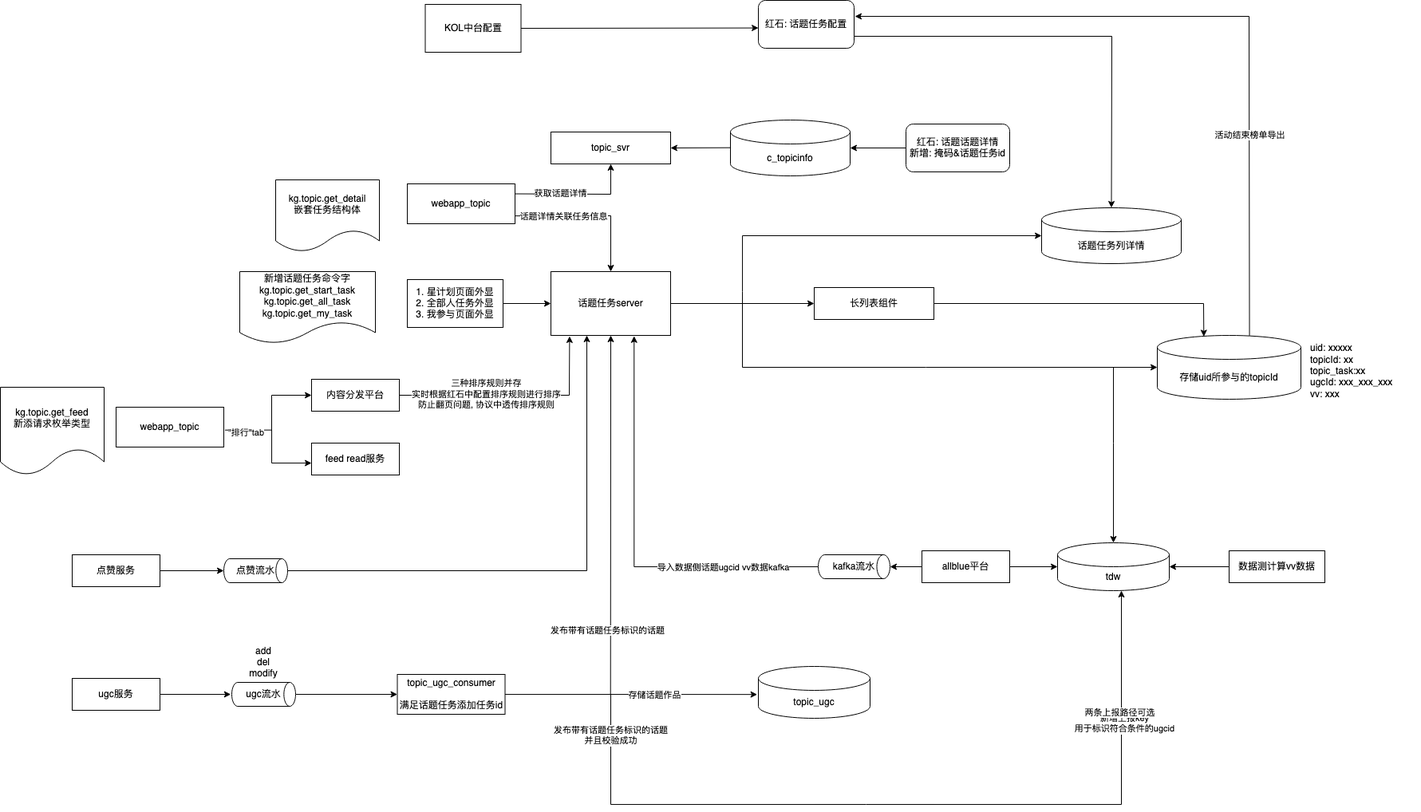
This is 话题任务.png from wu0hgl/note_pic, a draw.io export, as it was before one commit. Source tidied: cells renumbered, new cells last; positions are measured from the earlier drawing's top-left corner, leaving out a move shared by most shapes.
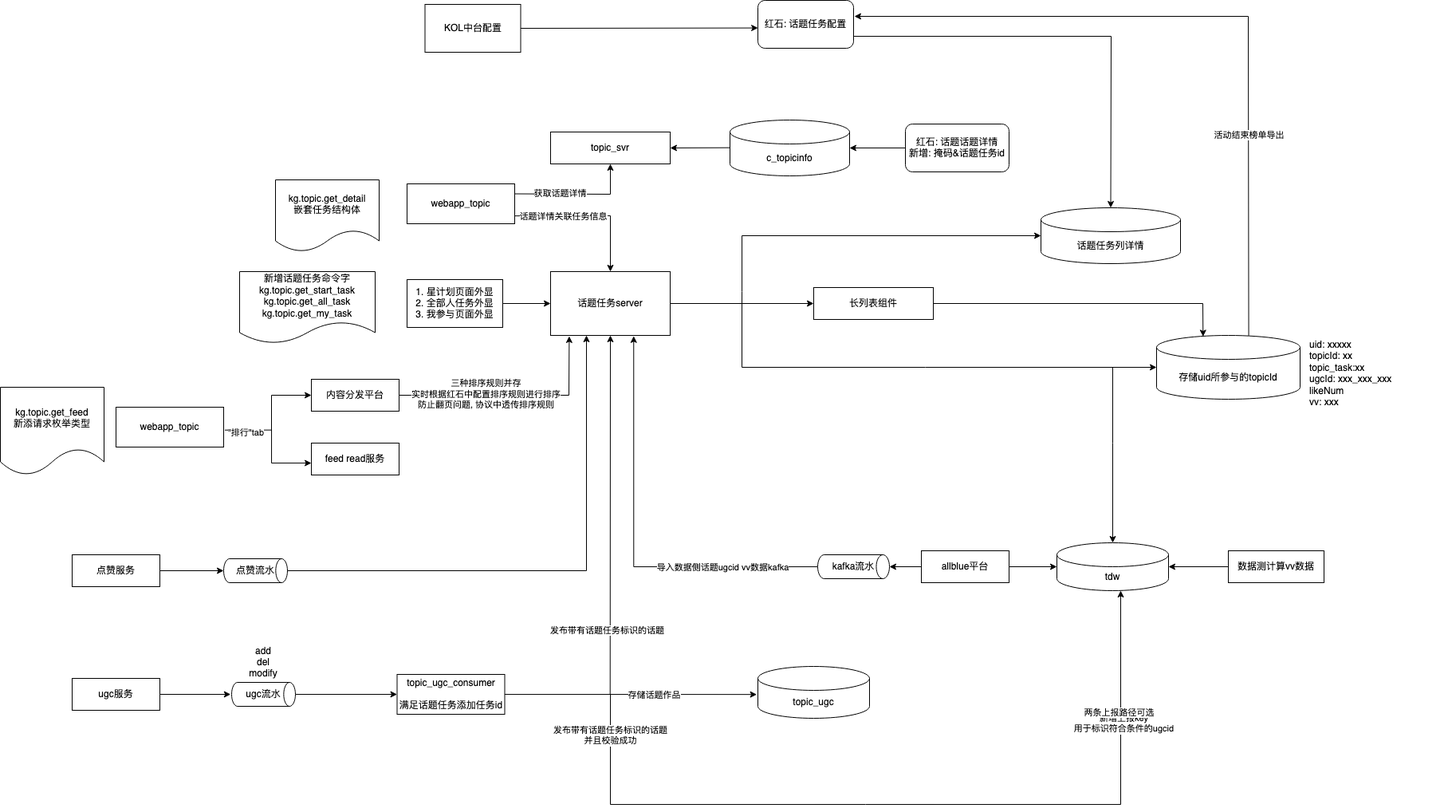
The same file after the commit.

Commit message:
更新话题任务.png

What changed in the source:
```diff
@@ -130,8 +130,8 @@
     <mxCell id="34" value="KOL中台配置" style="rounded=0;whiteSpace=wrap;html=1;" parent="1" vertex="1">
       <mxGeometry x="532.5" y="5" width="120" height="60" as="geometry" />
     </mxCell>
-    <mxCell id="35" value="&lt;div&gt;uid: xxxxx&lt;/div&gt;&lt;div&gt;topicId: xx&lt;/div&gt;&lt;div&gt;topic_task:xx&lt;br&gt;&lt;/div&gt;&lt;div&gt;ugcId: xxx_xxx_xxx&lt;/div&gt;&lt;div&gt;vv: xxx&lt;br&gt;&lt;/div&gt;" style="text;html=1;strokeColor=none;fillColor=none;align=left;verticalAlign=middle;whiteSpace=wrap;rounded=0;" parent="1" vertex="1">
-      <mxGeometry x="1640" y="435" width="140" height="60" as="geometry" />
+    <mxCell id="35" value="&lt;div&gt;uid: xxxxx&lt;/div&gt;&lt;div&gt;topicId: xx&lt;/div&gt;&lt;div&gt;topic_task:xx&lt;br&gt;&lt;/div&gt;&lt;div&gt;ugcId: xxx_xxx_xxx&lt;/div&gt;&lt;div&gt;likeNum&lt;br&gt;&lt;/div&gt;&lt;div&gt;vv: xxx&lt;br&gt;&lt;/div&gt;" style="text;html=1;strokeColor=none;fillColor=none;align=left;verticalAlign=middle;whiteSpace=wrap;rounded=0;" parent="1" vertex="1">
+      <mxGeometry x="1640" y="420" width="180" height="95" as="geometry" />
     </mxCell>
     <mxCell id="36" value="ugc流水" style="strokeWidth=1;html=1;shape=mxgraph.flowchart.direct_data;whiteSpace=wrap;align=center;" parent="1" vertex="1">
       <mxGeometry x="290" y="855" width="80" height="30" as="geometry" />
```
